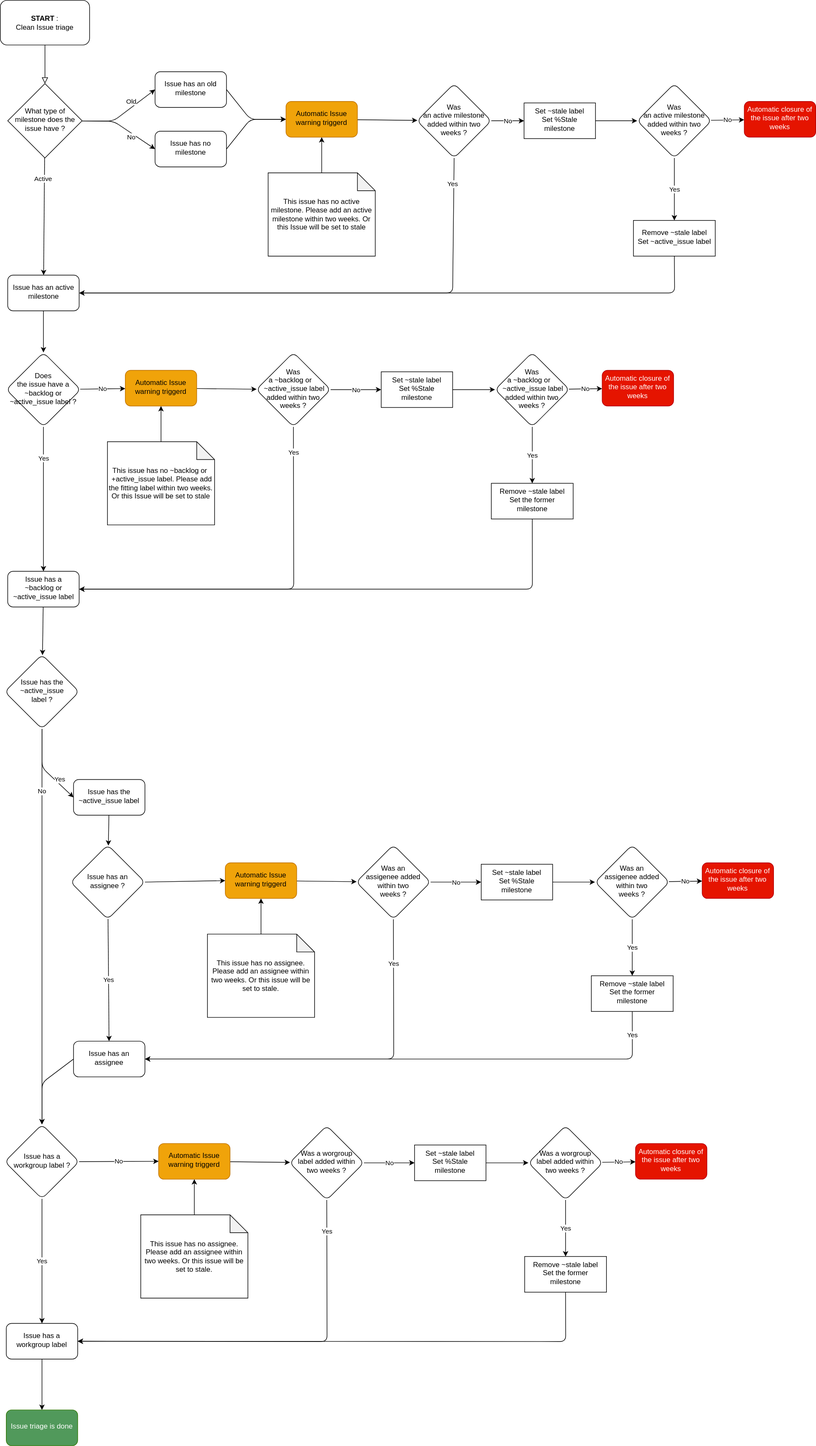
Earlier version of the draw.io export content/modules/compendium/assets/images/ticket_triage.drawio.svg (asam-ev/asam-project-guide-content). Source tidied: cells renumbered, new cells last; positions are measured from the earlier drawing's top-left corner, leaving out a move shared by most shapes.
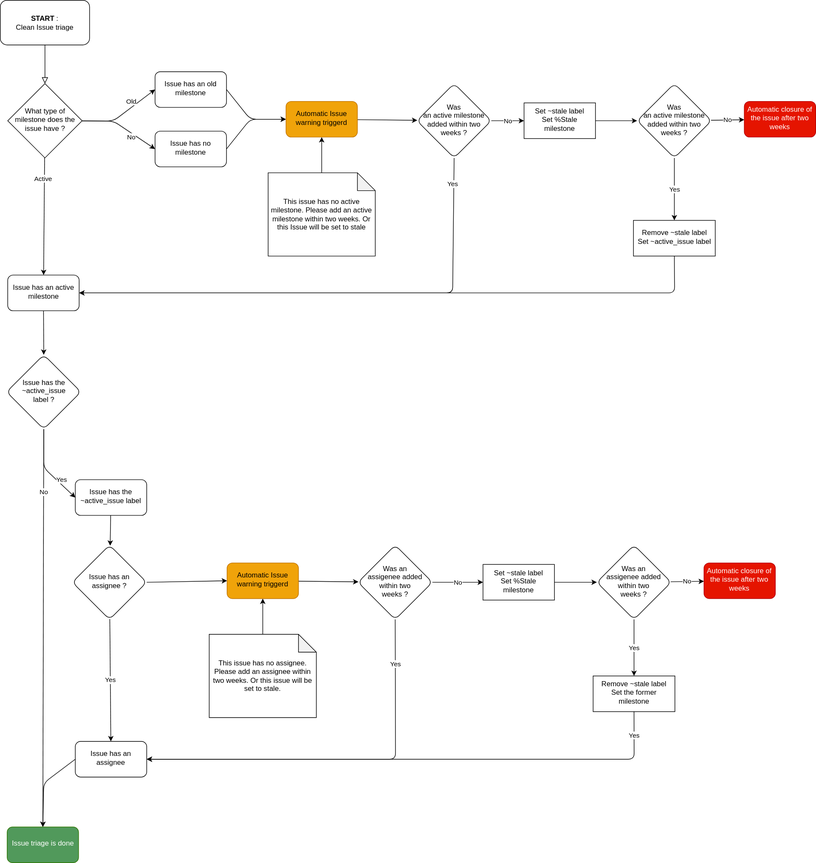
Above is the later version.

Commit message:
Updated with new label proposals

What changed in the source:
```diff
@@ -28,7 +28,7 @@
     <mxCell id="7" value="What type of milestone does the issue have ?" style="rhombus;whiteSpace=wrap;html=1;shadow=0;fontFamily=Helvetica;fontSize=12;align=center;strokeWidth=1;spacing=6;spacingTop=-4;" parent="1" vertex="1">
       <mxGeometry x="12.5" y="140" width="125" height="125" as="geometry" />
     </mxCell>
-    <mxCell id="8" style="edgeStyle=none;html=1;" parent="1" edge="1" source="9" target="31">
+    <mxCell id="8" style="edgeStyle=none;html=1;entryX=0.5;entryY=0;entryDx=0;entryDy=0;" parent="1" edge="1" source="9" target="50">
       <mxGeometry relative="1" as="geometry" />
     </mxCell>
     <mxCell id="9" value="Issue has an active milestone" style="rounded=1;whiteSpace=wrap;html=1;shadow=0;strokeWidth=1;spacing=6;spacingTop=-4;" parent="1" vertex="1">
@@ -107,132 +107,64 @@
         </Array>
       </mxGeometry>
     </mxCell>
-    <mxCell id="29" value="No" style="edgeStyle=none;html=1;" parent="1" edge="1" source="31" target="35">
-      <mxGeometry relative="1" as="geometry" />
-    </mxCell>
-    <mxCell id="30" value="Yes" style="edgeStyle=none;html=1;" parent="1" edge="1" source="31" target="46">
-      <mxGeometry x="-0.56" relative="1" as="geometry" />
-    </mxCell>
-    <mxCell id="31" value="Does&lt;br&gt;the issue have a ~backlog or ~active_issue label ?" style="rhombus;whiteSpace=wrap;html=1;rounded=1;shadow=0;strokeWidth=1;spacing=6;spacingTop=-4;" parent="1" vertex="1">
-      <mxGeometry x="10" y="592" width="125" height="125" as="geometry" />
-    </mxCell>
-    <mxCell id="32" style="edgeStyle=none;html=1;" parent="1" edge="1" source="33" target="35">
-      <mxGeometry relative="1" as="geometry" />
-    </mxCell>
-    <mxCell id="33" value="This issue has no ~backlog or&amp;nbsp; &amp;nbsp;+active_issue label. Please add the fitting label within two weeks. Or this Issue will be set to stale" style="shape=note;whiteSpace=wrap;html=1;backgroundOutline=1;darkOpacity=0.05;rounded=0;" parent="1" vertex="1">
-      <mxGeometry x="180" y="742" width="180" height="140" as="geometry" />
-    </mxCell>
-    <mxCell id="34" style="edgeStyle=none;html=1;" parent="1" edge="1" source="35" target="37">
-      <mxGeometry relative="1" as="geometry" />
-    </mxCell>
-    <mxCell id="35" value="Automatic Issue warning triggerd" style="whiteSpace=wrap;html=1;shadow=0;strokeWidth=1;spacing=6;spacingTop=-4;rounded=1;fillColor=#f0a30a;fontColor=#000000;strokeColor=#BD7000;" parent="1" vertex="1">
-      <mxGeometry x="210" y="622" width="120" height="60" as="geometry" />
-    </mxCell>
-    <mxCell id="36" value="No" style="edgeStyle=none;html=1;" parent="1" edge="1" source="37" target="39">
-      <mxGeometry relative="1" as="geometry" />
-    </mxCell>
-    <mxCell id="37" value="Was&lt;br&gt;a ~backlog or&amp;nbsp; &amp;nbsp; &amp;nbsp;~active_issue label added within two weeks ?" style="rhombus;whiteSpace=wrap;html=1;shadow=0;strokeWidth=1;spacing=6;spacingTop=-4;rounded=1;" parent="1" vertex="1">
-      <mxGeometry x="430" y="592" width="125" height="125" as="geometry" />
-    </mxCell>
-    <mxCell id="38" style="edgeStyle=none;html=1;" parent="1" edge="1" source="39" target="43">
-      <mxGeometry relative="1" as="geometry" />
-    </mxCell>
-    <mxCell id="39" value="Set ~stale label&lt;br&gt;Set %Stale milestone" style="whiteSpace=wrap;html=1;shadow=0;strokeWidth=1;spacing=6;spacingTop=-4;rounded=0;" parent="1" vertex="1">
-      <mxGeometry x="640" y="624.5" width="120" height="60" as="geometry" />
-    </mxCell>
-    <mxCell id="40" value="Automatic closure of the issue after two weeks" style="whiteSpace=wrap;html=1;shadow=0;strokeWidth=1;spacing=6;spacingTop=-4;rounded=1;fillColor=#e51400;fontColor=#ffffff;strokeColor=#B20000;" parent="1" vertex="1">
-      <mxGeometry x="1011.2" y="622" width="120" height="60" as="geometry" />
-    </mxCell>
-    <mxCell id="41" value="No" style="edgeStyle=none;html=1;" parent="1" edge="1" source="43" target="40">
-      <mxGeometry relative="1" as="geometry" />
-    </mxCell>
-    <mxCell id="42" value="Yes" style="edgeStyle=none;html=1;" parent="1" edge="1" source="43" target="44">
-      <mxGeometry relative="1" as="geometry" />
-    </mxCell>
-    <mxCell id="43" value="Was&lt;br&gt;a ~backlog or&amp;nbsp; &amp;nbsp; &amp;nbsp;~active_issue label added within two weeks ?" style="rhombus;whiteSpace=wrap;html=1;shadow=0;strokeWidth=1;spacing=6;spacingTop=-4;rounded=1;" parent="1" vertex="1">
-      <mxGeometry x="831.2" y="592" width="125" height="125" as="geometry" />
-    </mxCell>
-    <mxCell id="44" value="Remove ~stale label&lt;br&gt;Set the former milestone" style="whiteSpace=wrap;html=1;shadow=0;strokeWidth=1;spacing=6;spacingTop=-4;rounded=0;" parent="1" vertex="1">
-      <mxGeometry x="825" y="812" width="137.5" height="60" as="geometry" />
-    </mxCell>
-    <mxCell id="45" style="edgeStyle=none;html=1;" parent="1" edge="1" source="46" target="50">
-      <mxGeometry relative="1" as="geometry" />
-    </mxCell>
-    <mxCell id="46" value="Issue has a ~backlog or ~active_issue label" style="whiteSpace=wrap;html=1;rounded=1;shadow=0;strokeWidth=1;spacing=6;spacingTop=-4;" parent="1" vertex="1">
-      <mxGeometry x="12.5" y="960" width="120" height="60" as="geometry" />
-    </mxCell>
-    <mxCell id="47" value="Yes" style="endArrow=classic;html=1;exitX=0.5;exitY=1;exitDx=0;exitDy=0;entryX=1;entryY=0.5;entryDx=0;entryDy=0;" parent="1" edge="1" source="37" target="46">
-      <mxGeometry x="-0.86" relative="1" as="geometry">
-        <Array as="points">
-          <mxPoint x="493" y="990" />
-        </Array>
-      </mxGeometry>
-    </mxCell>
-    <mxCell id="48" style="endArrow=classic;html=1;exitX=0.5;exitY=1;exitDx=0;exitDy=0;entryX=1;entryY=0.5;entryDx=0;entryDy=0;" parent="1" edge="1" source="44" target="46">
-      <mxGeometry relative="1" as="geometry">
-        <Array as="points">
-          <mxPoint x="894" y="990" />
-        </Array>
-      </mxGeometry>
-    </mxCell>
     <mxCell id="49" value="Yes" style="edgeStyle=none;html=1;exitX=0.5;exitY=1;exitDx=0;exitDy=0;entryX=0;entryY=0.5;entryDx=0;entryDy=0;" parent="1" edge="1" source="50" target="52">
       <mxGeometry x="0.46" y="6" relative="1" as="geometry">
         <Array as="points">
-          <mxPoint x="70" y="1290" />
+          <mxPoint x="73" y="786" />
         </Array>
       </mxGeometry>
     </mxCell>
     <mxCell id="50" value="Issue has the ~active_issue&lt;br&gt;label ?" style="rhombus;whiteSpace=wrap;html=1;rounded=1;shadow=0;strokeWidth=1;spacing=6;spacingTop=-4;" parent="1" vertex="1">
-      <mxGeometry x="7.5" y="1100" width="125" height="125" as="geometry" />
+      <mxGeometry x="10.5" y="596" width="125" height="125" as="geometry" />
     </mxCell>
     <mxCell id="51" style="edgeStyle=none;html=1;" parent="1" edge="1" source="52" target="54">
       <mxGeometry relative="1" as="geometry" />
     </mxCell>
     <mxCell id="52" value="Issue has the ~active_issue label" style="whiteSpace=wrap;html=1;rounded=1;shadow=0;strokeWidth=1;spacing=6;spacingTop=-4;" parent="1" vertex="1">
-      <mxGeometry x="123" y="1310" width="120" height="60" as="geometry" />
+      <mxGeometry x="126" y="806" width="120" height="60" as="geometry" />
     </mxCell>
     <mxCell id="53" value="Yes" style="edgeStyle=none;html=1;" parent="1" edge="1" source="54" target="56">
       <mxGeometry relative="1" as="geometry" />
     </mxCell>
     <mxCell id="54" value="Issue has an assignee ?" style="rhombus;whiteSpace=wrap;html=1;rounded=1;shadow=0;strokeWidth=1;spacing=6;spacingTop=-4;" parent="1" vertex="1">
-      <mxGeometry x="118" y="1420" width="125" height="125" as="geometry" />
+      <mxGeometry x="121" y="916" width="125" height="125" as="geometry" />
     </mxCell>
-    <mxCell id="55" style="edgeStyle=none;html=1;exitX=0;exitY=0.5;exitDx=0;exitDy=0;entryX=0.5;entryY=0;entryDx=0;entryDy=0;" parent="1" edge="1" source="56" target="74">
+    <mxCell id="55" style="edgeStyle=none;html=1;exitX=0;exitY=0.5;exitDx=0;exitDy=0;entryX=0.5;entryY=0;entryDx=0;entryDy=0;" parent="1" edge="1" source="56" target="94">
       <mxGeometry relative="1" as="geometry">
         <Array as="points">
-          <mxPoint x="70" y="1820" />
+          <mxPoint x="73" y="1316" />
         </Array>
       </mxGeometry>
     </mxCell>
     <mxCell id="56" value="Issue has an assignee" style="rounded=1;whiteSpace=wrap;html=1;shadow=0;strokeWidth=1;spacing=6;spacingTop=-4;" parent="1" vertex="1">
-      <mxGeometry x="123" y="1750" width="120" height="60" as="geometry" />
+      <mxGeometry x="126" y="1246" width="120" height="60" as="geometry" />
     </mxCell>
     <mxCell id="57" style="edgeStyle=none;html=1;" parent="1" edge="1" source="58" target="60">
       <mxGeometry relative="1" as="geometry" />
     </mxCell>
     <mxCell id="58" value="This issue has no assignee. Please add an assignee within two weeks. Or this issue will be set to stale." style="shape=note;whiteSpace=wrap;html=1;backgroundOutline=1;darkOpacity=0.05;rounded=0;" parent="1" vertex="1">
-      <mxGeometry x="348" y="1570" width="180" height="140" as="geometry" />
+      <mxGeometry x="351" y="1066" width="180" height="140" as="geometry" />
     </mxCell>
     <mxCell id="59" style="edgeStyle=none;html=1;" parent="1" edge="1" source="60" target="62">
       <mxGeometry relative="1" as="geometry" />
     </mxCell>
     <mxCell id="60" value="Automatic Issue warning triggerd" style="whiteSpace=wrap;html=1;shadow=0;strokeWidth=1;spacing=6;spacingTop=-4;rounded=1;fillColor=#f0a30a;fontColor=#000000;strokeColor=#BD7000;" parent="1" vertex="1">
-      <mxGeometry x="378" y="1450" width="120" height="60" as="geometry" />
+      <mxGeometry x="381" y="946" width="120" height="60" as="geometry" />
     </mxCell>
     <mxCell id="61" value="No" style="edgeStyle=none;html=1;" parent="1" edge="1" source="62" target="64">
       <mxGeometry relative="1" as="geometry" />
     </mxCell>
     <mxCell id="62" value="Was an&lt;br&gt;assigenee added within two&lt;br&gt;weeks ?" style="rhombus;whiteSpace=wrap;html=1;shadow=0;strokeWidth=1;spacing=6;spacingTop=-4;rounded=1;" parent="1" vertex="1">
-      <mxGeometry x="598" y="1420" width="125" height="125" as="geometry" />
+      <mxGeometry x="601" y="916" width="125" height="125" as="geometry" />
     </mxCell>
     <mxCell id="63" style="edgeStyle=none;html=1;" parent="1" edge="1" source="64" target="68">
       <mxGeometry relative="1" as="geometry" />
     </mxCell>
     <mxCell id="64" value="Set ~stale label&lt;br&gt;Set %Stale milestone" style="whiteSpace=wrap;html=1;shadow=0;strokeWidth=1;spacing=6;spacingTop=-4;rounded=0;" parent="1" vertex="1">
-      <mxGeometry x="808" y="1452.5" width="120" height="60" as="geometry" />
+      <mxGeometry x="811" y="948.5" width="120" height="60" as="geometry" />
     </mxCell>
     <mxCell id="65" value="Automatic closure of the issue after two weeks" style="whiteSpace=wrap;html=1;shadow=0;strokeWidth=1;spacing=6;spacingTop=-4;rounded=1;fillColor=#e51400;fontColor=#ffffff;strokeColor=#B20000;" parent="1" vertex="1">
-      <mxGeometry x="1179.2" y="1450" width="120" height="60" as="geometry" />
+      <mxGeometry x="1182.2" y="946" width="120" height="60" as="geometry" />
     </mxCell>
     <mxCell id="66" value="No" style="edgeStyle=none;html=1;" parent="1" edge="1" source="68" target="65">
       <mxGeometry relative="1" as="geometry" />
@@ -241,10 +173,10 @@
       <mxGeometry relative="1" as="geometry" />
     </mxCell>
     <mxCell id="68" value="Was an&lt;br&gt;assigenee added within two&lt;br&gt;weeks ?" style="rhombus;whiteSpace=wrap;html=1;shadow=0;strokeWidth=1;spacing=6;spacingTop=-4;rounded=1;" parent="1" vertex="1">
-      <mxGeometry x="999.2" y="1420" width="125" height="125" as="geometry" />
+      <mxGeometry x="1002.2" y="916" width="125" height="125" as="geometry" />
     </mxCell>
     <mxCell id="69" value="Remove ~stale label&lt;br&gt;Set the former milestone" style="whiteSpace=wrap;html=1;shadow=0;strokeWidth=1;spacing=6;spacingTop=-4;rounded=0;" parent="1" vertex="1">
-      <mxGeometry x="993" y="1640" width="137.5" height="60" as="geometry" />
+      <mxGeometry x="996" y="1136" width="137.5" height="60" as="geometry" />
     </mxCell>
     <mxCell id="70" style="endArrow=classic;html=1;exitX=1;exitY=0.5;exitDx=0;exitDy=0;entryX=0;entryY=0.5;entryDx=0;entryDy=0;" parent="1" edge="1" source="54" target="60">
       <mxGeometry relative="1" as="geometry" />
@@ -252,90 +184,22 @@
     <mxCell id="71" value="Yes" style="endArrow=classic;html=1;exitX=0.5;exitY=1;exitDx=0;exitDy=0;entryX=1;entryY=0.5;entryDx=0;entryDy=0;" parent="1" edge="1" source="69" target="56">
       <mxGeometry x="-0.91" relative="1" as="geometry">
         <Array as="points">
-          <mxPoint x="1062" y="1780" />
+          <mxPoint x="1065" y="1276" />
         </Array>
       </mxGeometry>
     </mxCell>
     <mxCell id="72" value="Yes" style="endArrow=classic;html=1;exitX=0.5;exitY=1;exitDx=0;exitDy=0;entryX=1;entryY=0.5;entryDx=0;entryDy=0;" parent="1" edge="1" source="62" target="56">
       <mxGeometry x="-0.77" relative="1" as="geometry">
         <Array as="points">
-          <mxPoint x="661" y="1780" />
+          <mxPoint x="664" y="1276" />
         </Array>
       </mxGeometry>
     </mxCell>
-    <mxCell id="73" value="Yes" style="edgeStyle=none;html=1;" parent="1" edge="1" source="74" target="77">
-      <mxGeometry relative="1" as="geometry" />
-    </mxCell>
-    <mxCell id="74" value="Issue has a workgroup label ?" style="rhombus;whiteSpace=wrap;html=1;rounded=1;shadow=0;strokeWidth=1;spacing=6;spacingTop=-4;" parent="1" vertex="1">
-      <mxGeometry x="7.5" y="1890" width="125" height="125" as="geometry" />
-    </mxCell>
-    <mxCell id="75" value="No" style="endArrow=classic;html=1;exitX=0.5;exitY=1;exitDx=0;exitDy=0;entryX=0.5;entryY=0;entryDx=0;entryDy=0;" parent="1" edge="1" source="50" target="74">
+    <mxCell id="75" value="No" style="endArrow=classic;html=1;exitX=0.5;exitY=1;exitDx=0;exitDy=0;entryX=0.5;entryY=0;entryDx=0;entryDy=0;" parent="1" edge="1" source="50" target="94">
       <mxGeometry x="-0.68" relative="1" as="geometry" />
     </mxCell>
-    <mxCell id="76" style="edgeStyle=none;html=1;entryX=0.5;entryY=0;entryDx=0;entryDy=0;" parent="1" edge="1" source="77" target="94">
-      <mxGeometry relative="1" as="geometry" />
-    </mxCell>
-    <mxCell id="77" value="Issue has a workgroup label" style="rounded=1;whiteSpace=wrap;html=1;shadow=0;strokeWidth=1;spacing=6;spacingTop=-4;" parent="1" vertex="1">
-      <mxGeometry x="10" y="2224.5" width="120" height="60" as="geometry" />
-    </mxCell>
-    <mxCell id="78" style="edgeStyle=none;html=1;" parent="1" edge="1" source="79" target="81">
-      <mxGeometry relative="1" as="geometry" />
-    </mxCell>
-    <mxCell id="79" value="This issue has no assignee. Please add an assignee within two weeks. Or this issue will be set to stale." style="shape=note;whiteSpace=wrap;html=1;backgroundOutline=1;darkOpacity=0.05;rounded=0;" parent="1" vertex="1">
-      <mxGeometry x="236" y="2042" width="180" height="140" as="geometry" />
-    </mxCell>
-    <mxCell id="80" style="edgeStyle=none;html=1;" parent="1" edge="1" source="81" target="83">
-      <mxGeometry relative="1" as="geometry" />
-    </mxCell>
-    <mxCell id="81" value="Automatic Issue warning triggerd" style="whiteSpace=wrap;html=1;shadow=0;strokeWidth=1;spacing=6;spacingTop=-4;rounded=1;fillColor=#f0a30a;fontColor=#000000;strokeColor=#BD7000;" parent="1" vertex="1">
-      <mxGeometry x="266" y="1922" width="120" height="60" as="geometry" />
-    </mxCell>
-    <mxCell id="82" value="No" style="edgeStyle=none;html=1;" parent="1" edge="1" source="83" target="85">
-      <mxGeometry relative="1" as="geometry" />
-    </mxCell>
-    <mxCell id="83" value="Was a worgroup label added within two weeks ?" style="rhombus;whiteSpace=wrap;html=1;shadow=0;strokeWidth=1;spacing=6;spacingTop=-4;rounded=1;" parent="1" vertex="1">
-      <mxGeometry x="486" y="1892" width="125" height="125" as="geometry" />
-    </mxCell>
-    <mxCell id="84" style="edgeStyle=none;html=1;" parent="1" edge="1" source="85" target="89">
-      <mxGeometry relative="1" as="geometry" />
-    </mxCell>
-    <mxCell id="85" value="Set ~stale label&lt;br&gt;Set %Stale milestone" style="whiteSpace=wrap;html=1;shadow=0;strokeWidth=1;spacing=6;spacingTop=-4;rounded=0;" parent="1" vertex="1">
-      <mxGeometry x="696" y="1924.5" width="120" height="60" as="geometry" />
-    </mxCell>
-    <mxCell id="86" value="Automatic closure of the issue after two weeks" style="whiteSpace=wrap;html=1;shadow=0;strokeWidth=1;spacing=6;spacingTop=-4;rounded=1;fillColor=#e51400;fontColor=#ffffff;strokeColor=#B20000;" parent="1" vertex="1">
-      <mxGeometry x="1067.2" y="1922" width="120" height="60" as="geometry" />
-    </mxCell>
-    <mxCell id="87" value="No" style="edgeStyle=none;html=1;" parent="1" edge="1" source="89" target="86">
-      <mxGeometry relative="1" as="geometry" />
-    </mxCell>
-    <mxCell id="88" value="Yes" style="edgeStyle=none;html=1;" parent="1" edge="1" source="89" target="90">
-      <mxGeometry relative="1" as="geometry" />
-    </mxCell>
-    <mxCell id="89" value="Was a worgroup label added within two weeks ?" style="rhombus;whiteSpace=wrap;html=1;shadow=0;strokeWidth=1;spacing=6;spacingTop=-4;rounded=1;" parent="1" vertex="1">
-      <mxGeometry x="887.2" y="1892" width="125" height="125" as="geometry" />
-    </mxCell>
-    <mxCell id="90" value="Remove ~stale label&lt;br&gt;Set the former milestone" style="whiteSpace=wrap;html=1;shadow=0;strokeWidth=1;spacing=6;spacingTop=-4;rounded=0;" parent="1" vertex="1">
-      <mxGeometry x="881" y="2112" width="137.5" height="60" as="geometry" />
-    </mxCell>
-    <mxCell id="91" value="No" style="endArrow=classic;html=1;exitX=1;exitY=0.5;exitDx=0;exitDy=0;entryX=0;entryY=0.5;entryDx=0;entryDy=0;" parent="1" edge="1" source="74" target="81">
-      <mxGeometry relative="1" as="geometry" />
-    </mxCell>
-    <mxCell id="92" value="Yes" style="endArrow=classic;html=1;exitX=0.5;exitY=1;exitDx=0;exitDy=0;entryX=1;entryY=0.5;entryDx=0;entryDy=0;" parent="1" edge="1" source="83" target="77">
-      <mxGeometry x="-0.84" relative="1" as="geometry">
-        <Array as="points">
-          <mxPoint x="549" y="2255" />
-        </Array>
-      </mxGeometry>
-    </mxCell>
-    <mxCell id="93" style="endArrow=classic;html=1;exitX=0.5;exitY=1;exitDx=0;exitDy=0;entryX=1;entryY=0.5;entryDx=0;entryDy=0;" parent="1" edge="1" source="90" target="77">
-      <mxGeometry relative="1" as="geometry">
-        <Array as="points">
-          <mxPoint x="950" y="2255" />
-        </Array>
-      </mxGeometry>
-    </mxCell>
     <mxCell id="94" value="Issue triage is done" style="whiteSpace=wrap;html=1;rounded=1;shadow=0;strokeWidth=1;spacing=6;spacingTop=-4;fillColor=#51995B;fontColor=#ffffff;strokeColor=#2D7600;" parent="1" vertex="1">
-      <mxGeometry x="10" y="2370" width="120" height="60" as="geometry" />
+      <mxGeometry x="11.5" y="1390" width="120" height="60" as="geometry" />
     </mxCell>
   </root>
 </mxGraphModel>
```
